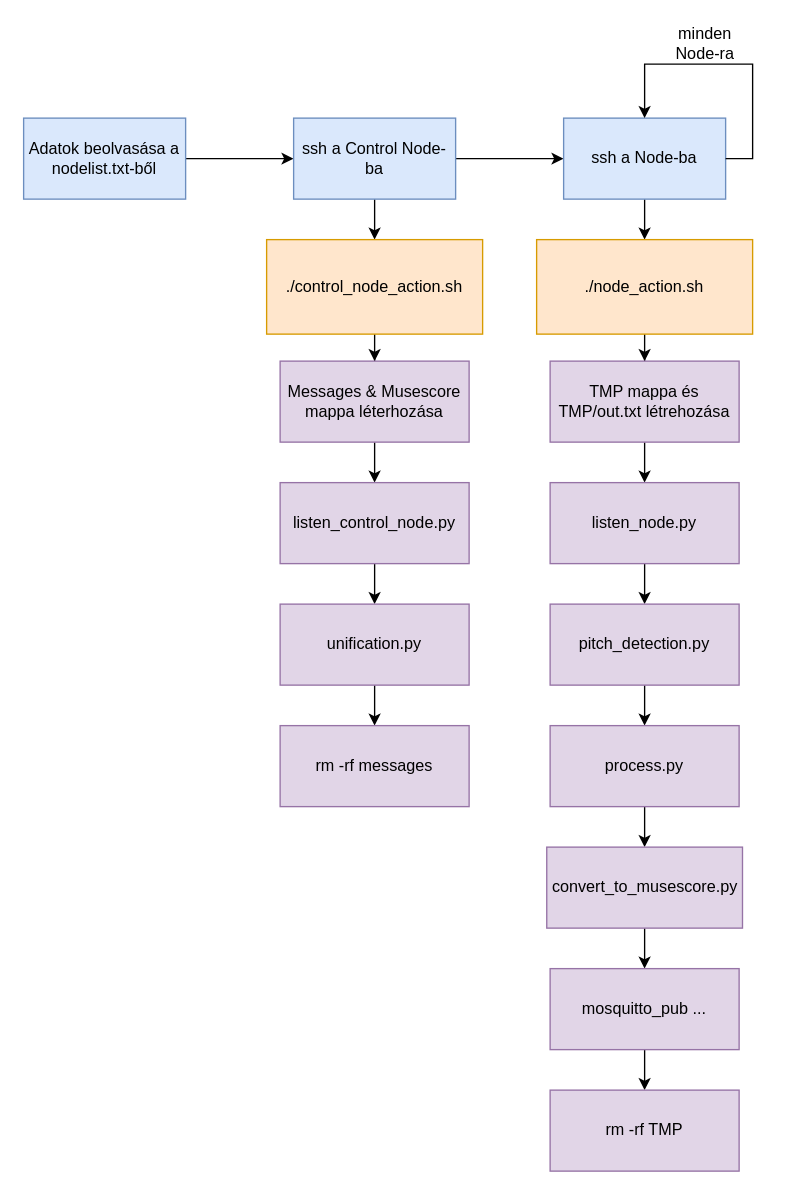
Earlier version of the draw.io diagram Diagrams/Application_Call_Stack.drawio (fegyobeno/Szakdolgozat_v2). Source tidied: cells renumbered, new cells numbered last; positions are measured from the earlier drawing's top-left corner, leaving out a move shared by most shapes. Both pictures are drawn from the tidied source at 135%, with x=0, y=0 at pixel (23, 23).
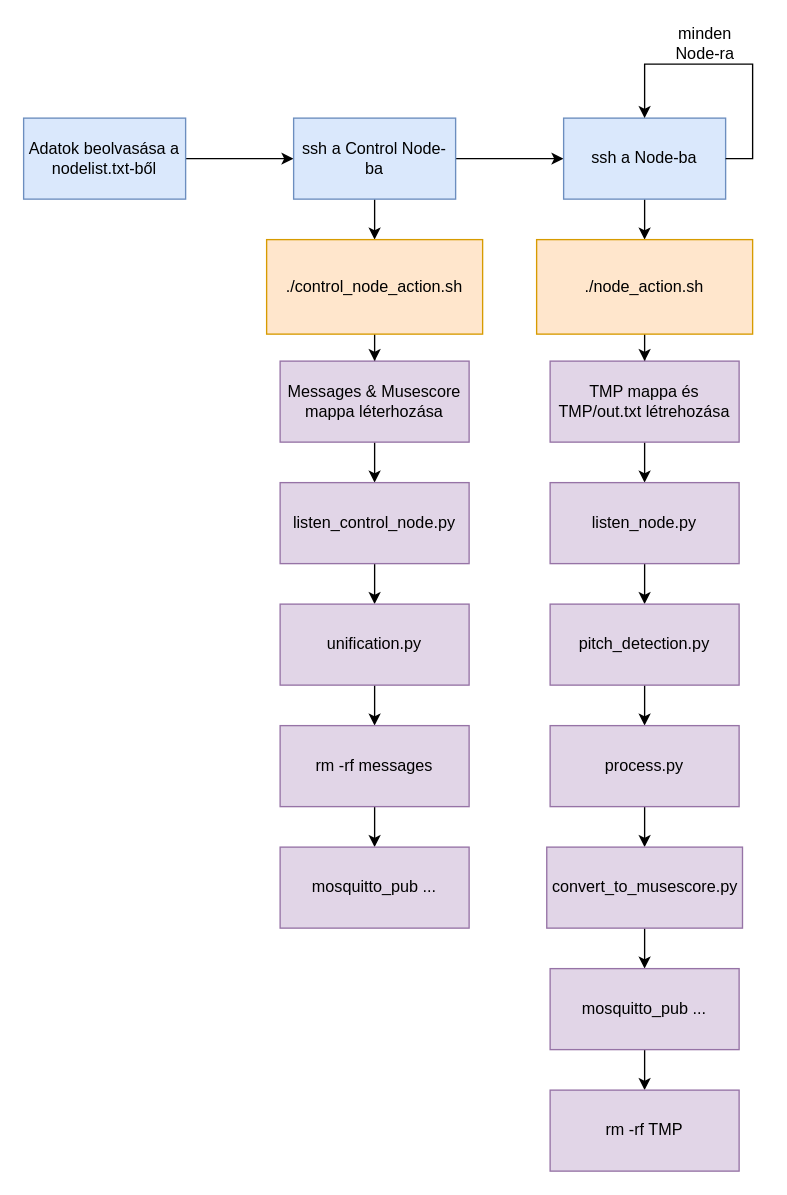
The same diagram, later.

The change refers to these unchanged cells:
```xml
<mxCell id="15" value="rm -rf messages" style="rounded=0;whiteSpace=wrap;html=1;fillColor=#e1d5e7;strokeColor=#9673a6;" parent="1" vertex="1">
  <mxGeometry x="190" y="520" width="140" height="60" as="geometry" />
</mxCell>
```

What changed in the source:
```diff
@@
+    <mxCell id="35" style="edgeStyle=orthogonalEdgeStyle;rounded=0;jettySize=auto;html=1;" parent="1" edge="1" source="15" target="36">
+      <mxGeometry relative="1" as="geometry" />
+    </mxCell>
@@
+    <mxCell id="36" value="mosquitto_pub ..." style="rounded=0;whiteSpace=wrap;html=1;fillColor=#e1d5e7;strokeColor=#9673a6;" parent="1" vertex="1">
+      <mxGeometry x="190" y="610" width="140" height="60" as="geometry" />
+    </mxCell>
```
